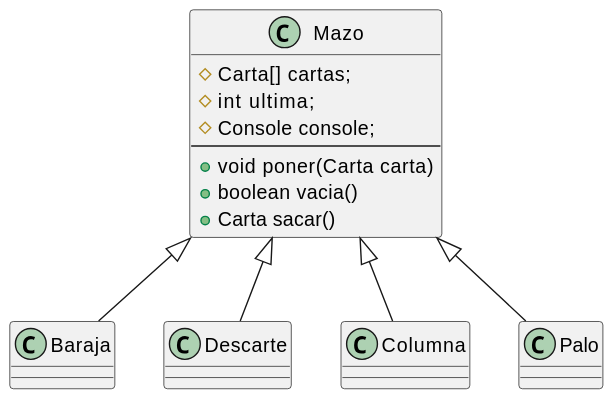
Earlier version of the PlantUML export images/jerarquia.svg (mmasias/24-25-pyKlondike). The source it was exported from:
```plantuml
@startuml
class Baraja
class Descarte
class Columna
class Palo

class Mazo {
    # Carta[] cartas;
    # int ultima;
    # Console console;
    ---
    + void poner(Carta carta)
    + boolean vacia()
    + Carta sacar()
}

Baraja -u-|> Mazo
Descarte -u-|> Mazo
Columna -u-|> Mazo
Palo  -u-|> Mazo
@enduml
```
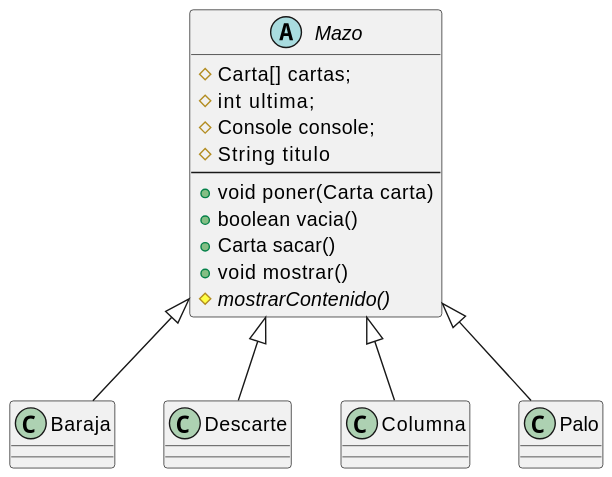
The same file after the commit.

Commit message:
refactor: diagrama UML actualizado

What changed in the source:
```diff
@@ -4,14 +4,17 @@
 class Columna
 class Palo
 
-class Mazo {
+abstract Mazo {
     # Carta[] cartas;
     # int ultima;
     # Console console;
+    # String titulo
     ---
     + void poner(Carta carta)
     + boolean vacia()
     + Carta sacar()
+    + void mostrar()
+    # {abstract} mostrarContenido()
 }
 
 Baraja -u-|> Mazo
```
